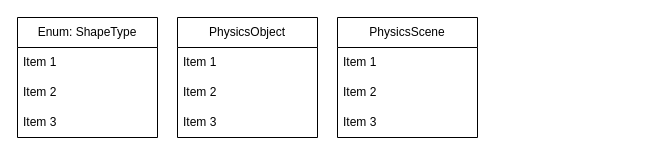
Earlier version of the draw.io diagram Untitled Diagram.drawio (HeMan-Sigmar/aieBootstrap). Source tidied: cells renumbered, new cells numbered last; positions are measured from the earlier drawing's top-left corner, leaving out a move shared by most shapes. Both pictures are drawn from the tidied source at 100%, with x=0, y=0 at pixel (17, 17).
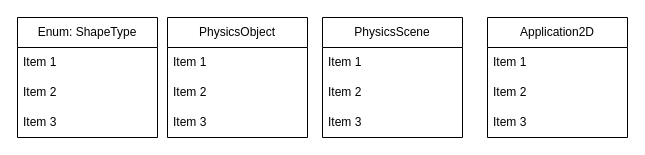
The same page after the edit.

Diff of the diagram source:
```diff
@@
 <mxGraphModel>
   <root>
     <mxCell id="0" />
     <mxCell id="1" parent="0" />
     <mxCell id="2" value="PhysicsScene" style="swimlane;fontStyle=0;horizontal=1;startSize=30;whiteSpace=wrap;html=1;" parent="1" vertex="1">
-      <mxGeometry x="320" width="140" height="120" as="geometry" />
+      <mxGeometry x="305" width="140" height="120" as="geometry" />
     </mxCell>
     <mxCell id="3" value="Item 1" style="text;strokeColor=none;fillColor=none;align=left;verticalAlign=middle;spacingLeft=4;spacingRight=4;overflow=hidden;whiteSpace=wrap;html=1;" parent="2" vertex="1">
       <mxGeometry y="30" width="140" height="30" as="geometry" />
     </mxCell>
     <mxCell id="4" value="Item 2" style="text;strokeColor=none;fillColor=none;align=left;verticalAlign=middle;spacingLeft=4;spacingRight=4;overflow=hidden;whiteSpace=wrap;html=1;" parent="2" vertex="1">
       <mxGeometry y="60" width="140" height="30" as="geometry" />
     </mxCell>
     <mxCell id="5" value="Item 3" style="text;strokeColor=none;fillColor=none;align=left;verticalAlign=middle;spacingLeft=4;spacingRight=4;overflow=hidden;whiteSpace=wrap;html=1;" parent="2" vertex="1">
       <mxGeometry y="90" width="140" height="30" as="geometry" />
     </mxCell>
     <mxCell id="6" value="PhysicsObject" style="swimlane;fontStyle=0;horizontal=1;startSize=30;whiteSpace=wrap;html=1;" parent="1" vertex="1">
-      <mxGeometry x="160" width="140" height="120" as="geometry" />
+      <mxGeometry x="150" width="140" height="120" as="geometry" />
     </mxCell>
     <mxCell id="7" value="Item 1" style="text;strokeColor=none;fillColor=none;align=left;verticalAlign=middle;spacingLeft=4;spacingRight=4;overflow=hidden;whiteSpace=wrap;html=1;" parent="6" vertex="1">
       <mxGeometry y="30" width="140" height="30" as="geometry" />
     </mxCell>
     <mxCell id="8" value="Item 2" style="text;strokeColor=none;fillColor=none;align=left;verticalAlign=middle;spacingLeft=4;spacingRight=4;overflow=hidden;whiteSpace=wrap;html=1;" parent="6" vertex="1">
       <mxGeometry y="60" width="140" height="30" as="geometry" />
     </mxCell>
     <mxCell id="9" value="Item 3" style="text;strokeColor=none;fillColor=none;align=left;verticalAlign=middle;spacingLeft=4;spacingRight=4;overflow=hidden;whiteSpace=wrap;html=1;" parent="6" vertex="1">
       <mxGeometry y="90" width="140" height="30" as="geometry" />
     </mxCell>
     <mxCell id="10" value="Enum: ShapeType" style="swimlane;fontStyle=0;horizontal=1;startSize=30;whiteSpace=wrap;html=1;" parent="1" vertex="1">
       <mxGeometry width="140" height="120" as="geometry" />
     </mxCell>
     <mxCell id="11" value="Item 1" style="text;strokeColor=none;fillColor=none;align=left;verticalAlign=middle;spacingLeft=4;spacingRight=4;overflow=hidden;whiteSpace=wrap;html=1;" parent="10" vertex="1">
       <mxGeometry y="30" width="140" height="30" as="geometry" />
     </mxCell>
     <mxCell id="12" value="Item 2" style="text;strokeColor=none;fillColor=none;align=left;verticalAlign=middle;spacingLeft=4;spacingRight=4;overflow=hidden;whiteSpace=wrap;html=1;" parent="10" vertex="1">
       <mxGeometry y="60" width="140" height="30" as="geometry" />
     </mxCell>
     <mxCell id="13" value="Item 3" style="text;strokeColor=none;fillColor=none;align=left;verticalAlign=middle;spacingLeft=4;spacingRight=4;overflow=hidden;whiteSpace=wrap;html=1;" parent="10" vertex="1">
       <mxGeometry y="90" width="140" height="30" as="geometry" />
     </mxCell>
+    <mxCell id="14" value="Application2D" style="swimlane;fontStyle=0;horizontal=1;startSize=30;whiteSpace=wrap;html=1;" parent="1" vertex="1">
+      <mxGeometry x="470" width="140" height="120" as="geometry" />
+    </mxCell>
+    <mxCell id="15" value="Item 1" style="text;strokeColor=none;fillColor=none;align=left;verticalAlign=middle;spacingLeft=4;spacingRight=4;overflow=hidden;whiteSpace=wrap;html=1;" parent="14" vertex="1">
+      <mxGeometry y="30" width="140" height="30" as="geometry" />
+    </mxCell>
+    <mxCell id="16" value="Item 2" style="text;strokeColor=none;fillColor=none;align=left;verticalAlign=middle;spacingLeft=4;spacingRight=4;overflow=hidden;whiteSpace=wrap;html=1;" parent="14" vertex="1">
+      <mxGeometry y="60" width="140" height="30" as="geometry" />
+    </mxCell>
+    <mxCell id="17" value="Item 3" style="text;strokeColor=none;fillColor=none;align=left;verticalAlign=middle;spacingLeft=4;spacingRight=4;overflow=hidden;whiteSpace=wrap;html=1;" parent="14" vertex="1">
+      <mxGeometry y="90" width="140" height="30" as="geometry" />
+    </mxCell>
   </root>
 </mxGraphModel>
```
